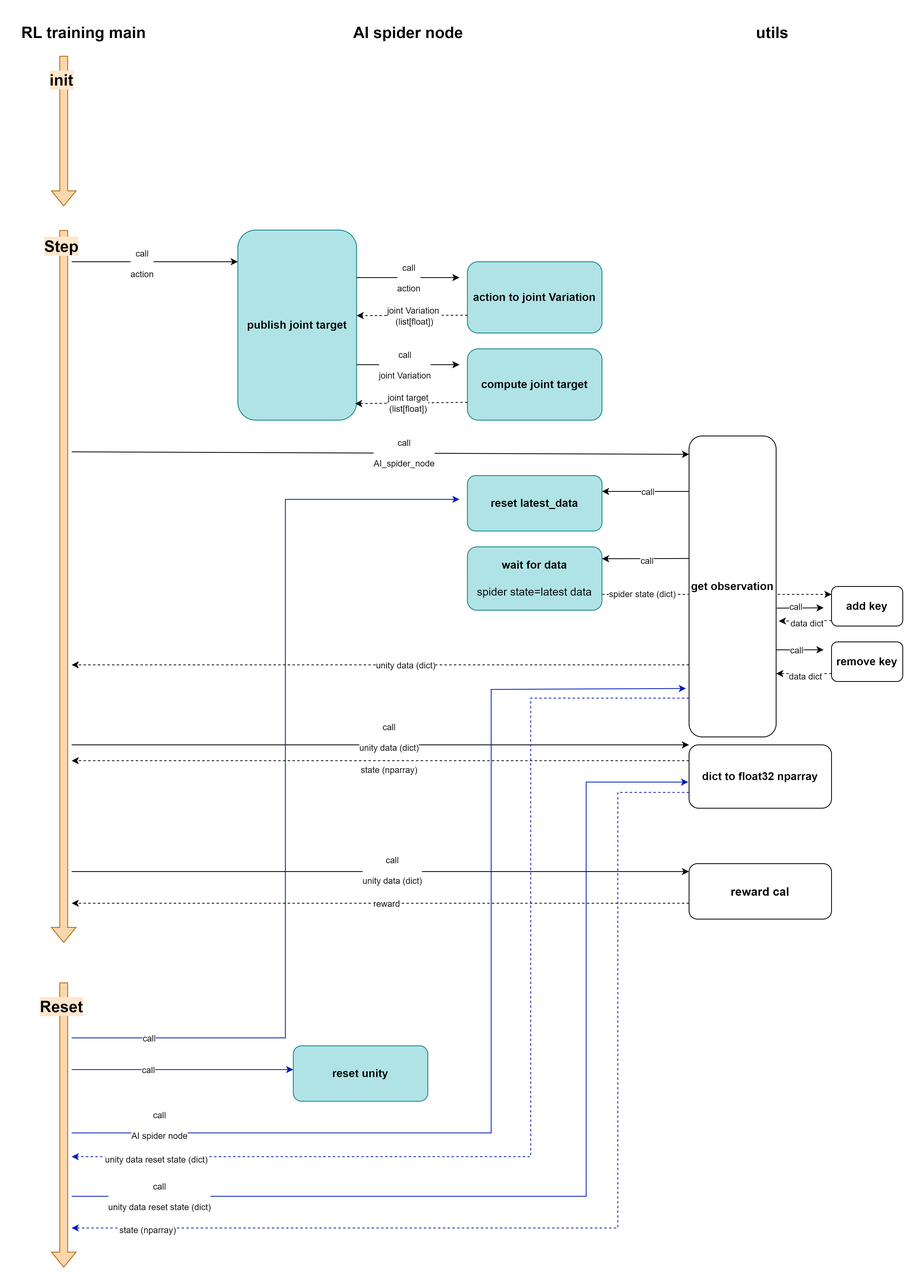
Before: diagram/RL training main.drawio.png, a diagram exported from draw.io (siangting/pros_ai_spider). Source tidied: cells renumbered, new cells last; positions are measured from the earlier drawing's top-left corner, leaving out a move shared by most shapes.
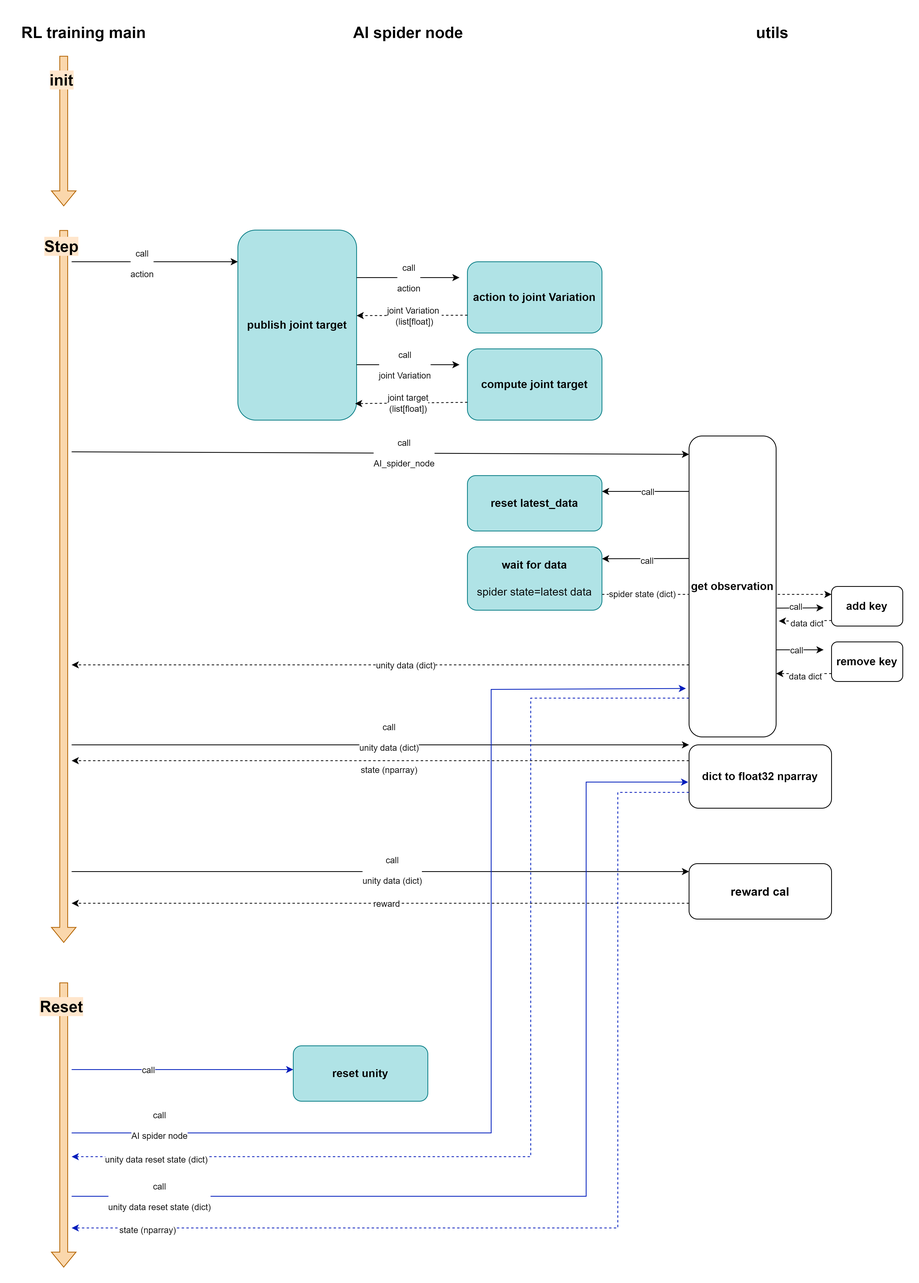
Later version of the same file.

Commit message:
[DOCS] Del reset call reset_latest_data in diagram.

1. Fit the true code and the diagram.

The edit, as a diff of the source:
```diff
@@ -237,19 +237,6 @@
         <mxPoint x="26" y="9" as="offset" />
       </mxGeometry>
     </mxCell>
-    <mxCell id="56" style="endArrow=classic;html=1;rounded=0;fillColor=#0050ef;strokeColor=#001DBC;" parent="1" edge="1">
-      <mxGeometry relative="1" as="geometry">
-        <mxPoint x="70" y="1290" as="sourcePoint" />
-        <mxPoint x="560" y="610" as="targetPoint" />
-        <Array as="points">
-          <mxPoint x="340" y="1290" />
-          <mxPoint x="340" y="610" />
-        </Array>
-      </mxGeometry>
-    </mxCell>
-    <mxCell id="57" value="call" style="edgeLabel;html=1;align=center;verticalAlign=middle;" parent="56" vertex="1">
-      <mxGeometry x="-0.83" relative="1" as="geometry" />
-    </mxCell>
     <mxCell id="58" value="&lt;font style=&quot;font-size: 14px;&quot;&gt;&lt;b&gt;reset unity&lt;/b&gt;&lt;/font&gt;" style="rounded=1;whiteSpace=wrap;html=1;fillColor=#b0e3e6;strokeColor=#0e8088;" parent="1" vertex="1">
       <mxGeometry x="350" y="1300" width="170" height="70" as="geometry" />
     </mxCell>
```
